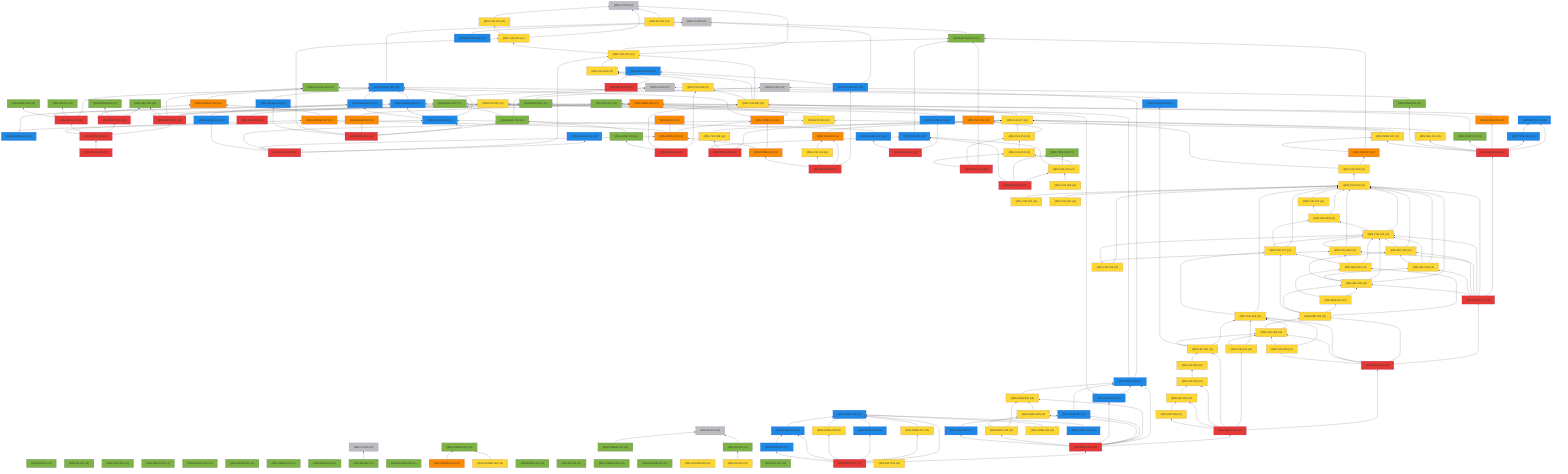
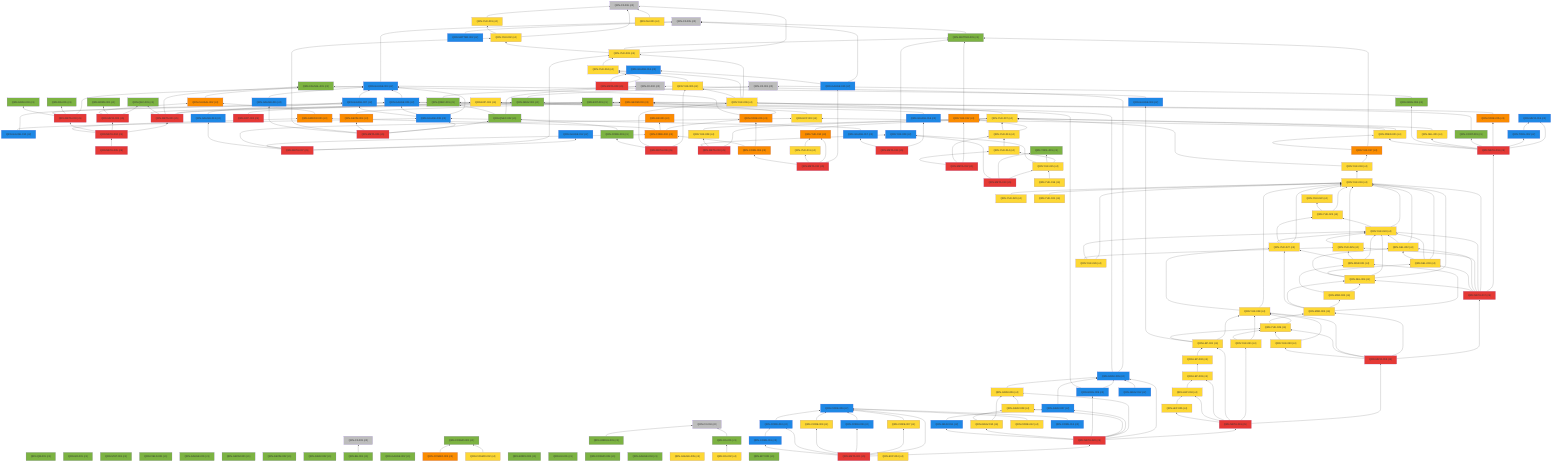
%% 自動生成 (dag/report.pl) — QRN 主張依存グラフ
graph BT
  QRN_C0_001["QRN-C0-001 (c0)"]:::c0
  QRN_C0_002["QRN-C0-002 (c0)"]:::c0
  QRN_C0_003["QRN-C0-003 (c0)"]:::c0
  QRN_C0_004["QRN-C0-004 (c0)"]:::c0
  QRN_C0_005["QRN-C0-005 (c0)"]:::c0
  QRN_C0_006["QRN-C0-006 (c0)"]:::c0
  QRN_QM_001["QRN-QM-001 (c1)"]:::c1
  QRN_GR_001["QRN-GR-001 (c1)"]:::c1
  QRN_STAT_001["QRN-STAT-001 (c1)"]:::c1
  QRN_FIELD_001["QRN-FIELD-001 (c1)"]:::c1
  QRN_GAUGE_001["QRN-GAUGE-001 (c1)"]:::c1
  QRN_ENT_001["QRN-ENT-001 (c1)"]:::c1
  QRN_GEOM_001["QRN-GEOM-001 (c1)"]:::c1
  QRN_GEOM_002["QRN-GEOM-002 (c1)"]:::c1
  QRN_GEOM_003["QRN-GEOM-003 (c3)"]:::c3
  QRN_GRAV_001["QRN-GRAV-001 (c1)"]:::c1
  QRN_GRAV_002["QRN-GRAV-002 (c1)"]:::c1
  QRN_BH_001["QRN-BH-001 (c1)"]:::c1
  QRN_CAUSAL_001["QRN-CAUSAL-001 (c1)"]:::c1
  QRN_CAUSAL_002["QRN-CAUSAL-002 (c3)"]:::c3
  QRN_ER_001["QRN-ER-001 (c3)"]:::c3
  QRN_QEC_001["QRN-QEC-001 (c1)"]:::c1
  QRN_GAUGE_002["QRN-GAUGE-002 (c1)"]:::c1
  QRN_COSMO_001["QRN-COSMO-001 (c1)"]:::c1
  QRN_COSMO_002["QRN-COSMO-002 (c4)"]:::c4
  QRN_COSMO_003["QRN-COSMO-003 (c3)"]:::c3
  QRN_BORN_001["QRN-BORN-001 (c1)"]:::c1
  QRN_BORN_002["QRN-BORN-002 (c1)"]:::c1
  QRN_GRAV_003["QRN-GRAV-003 (c1)"]:::c1
  QRN_KK_001["QRN-KK-001 (c1)"]:::c1
  QRN_MATTER_001["QRN-MATTER-001 (c1)"]:::c1
  QRN_MATTER_002["QRN-MATTER-002 (c2)"]:::c2
  QRN_COSMO_004["QRN-COSMO-004 (c1)"]:::c1
  QRN_EXP_001["QRN-EXP-001 (c4)"]:::c4
  QRN_GAUGE_003["QRN-GAUGE-003 (c2)"]:::c2
  QRN_GAUGE_004["QRN-GAUGE-004 (c1)"]:::c1
  QRN_GAUGE_005["QRN-GAUGE-005 (c4)"]:::c4
  QRN_YUK_001["QRN-YUK-001 (c4)"]:::c4
  QRN_RG_001["QRN-RG-001 (c1)"]:::c1
  QRN_UNRUH_001["QRN-UNRUH-001 (c1)"]:::c1
  QRN_QNEC_001["QRN-QNEC-001 (c1)"]:::c1
  QRN_NU_001["QRN-NU-001 (c4)"]:::c4
  QRN_GAUGE_006["QRN-GAUGE-006 (c2)"]:::c2
  QRN_DS_001["QRN-DS-001 (c1)"]:::c1
  QRN_DS_002["QRN-DS-002 (c4)"]:::c4
  QRN_ARROW_001["QRN-ARROW-001 (c3)"]:::c3
  QRN_GAUGE_007["QRN-GAUGE-007 (c2)"]:::c2
  QRN_EFT_001["QRN-EFT-001 (c1)"]:::c1
  QRN_GAUGE_008["QRN-GAUGE-008 (c2)"]:::c2
  QRN_GAUGE_009["QRN-GAUGE-009 (c2)"]:::c2
  QRN_GAUGE_010["QRN-GAUGE-010 (c2)"]:::c2
  QRN_QNEC_002["QRN-QNEC-002 (c1)"]:::c1
  QRN_GEOM_004["QRN-GEOM-004 (c3)"]:::c3
  QRN_YUK_002["QRN-YUK-002 (c4)"]:::c4
  QRN_EXP_002["QRN-EXP-002 (c5)"]:::c5
  QRN_CORE_001["QRN-CORE-001 (c3)"]:::c3
  QRN_GAUGE_011["QRN-GAUGE-011 (c2)"]:::c2
  QRN_GAUGE_012["QRN-GAUGE-012 (c2)"]:::c2
  QRN_YUK_003["QRN-YUK-003 (c4)"]:::c4
  QRN_EXP_003["QRN-EXP-003 (c4)"]:::c4
  QRN_CORE_002["QRN-CORE-002 (c3)"]:::c3
  QRN_GAUGE_013["QRN-GAUGE-013 (c2)"]:::c2
  QRN_YUK_004["QRN-YUK-004 (c4)"]:::c4
  QRN_GAUGE_014["QRN-GAUGE-014 (c2)"]:::c2
  QRN_META_001["QRN-META-001 (c5)"]:::c5
  QRN_META_002["QRN-META-002 (c5)"]:::c5
  QRN_META_003["QRN-META-003 (c5)"]:::c5
  QRN_META_004["QRN-META-004 (c5)"]:::c5
  QRN_META_005["QRN-META-005 (c5)"]:::c5
  QRN_META_006["QRN-META-006 (c5)"]:::c5
  QRN_META_007["QRN-META-007 (c5)"]:::c5
  QRN_META_008["QRN-META-008 (c5)"]:::c5
  QRN_YUK_005["QRN-YUK-005 (c4)"]:::c4
  QRN_YUK_006["QRN-YUK-006 (c4)"]:::c4
  QRN_CORE_003["QRN-CORE-003 (c1)"]:::c1
  QRN_META_009["QRN-META-009 (c5)"]:::c5
  QRN_YUK_007["QRN-YUK-007 (c4)"]:::c4
  QRN_YUK_008["QRN-YUK-008 (c4)"]:::c4
  QRN_YUK_009["QRN-YUK-009 (c2)"]:::c2
  QRN_META_010["QRN-META-010 (c5)"]:::c5
  QRN_GAUGE_015["QRN-GAUGE-015 (c2)"]:::c2
  QRN_YUK_010["QRN-YUK-010 (c3)"]:::c3
  QRN_YUK_011["QRN-YUK-011 (c4)"]:::c4
  QRN_CORE_004["QRN-CORE-004 (c3)"]:::c3
  QRN_META_011["QRN-META-011 (c5)"]:::c5
  QRN_YUK_012["QRN-YUK-012 (c3)"]:::c3
  QRN_YUK_013["QRN-YUK-013 (c4)"]:::c4
  QRN_YUK_014["QRN-YUK-014 (c4)"]:::c4
  QRN_META_012["QRN-META-012 (c5)"]:::c5
  QRN_TOOL_001["QRN-TOOL-001 (c1)"]:::c1
  QRN_YUK_015["QRN-YUK-015 (c4)"]:::c4
  QRN_META_013["QRN-META-013 (c5)"]:::c5
  QRN_GAUGE_016["QRN-GAUGE-016 (c2)"]:::c2
  QRN_GAUGE_017["QRN-GAUGE-017 (c2)"]:::c2
  QRN_META_014["QRN-META-014 (c5)"]:::c5
  QRN_META_015["QRN-META-015 (c2)"]:::c2
  QRN_TOOL_002["QRN-TOOL-002 (c2)"]:::c2
  QRN_CORE_005["QRN-CORE-005 (c3)"]:::c3
  QRN_CONT_001["QRN-CONT-001 (c1)"]:::c1
  QRN_SEL_001["QRN-SEL-001 (c4)"]:::c4
  QRN_GRAV_004["QRN-GRAV-004 (c1)"]:::c1
  QRN_PRED_001["QRN-PRED-001 (c4)"]:::c4
  QRN_META_016["QRN-META-016 (c5)"]:::c5
  QRN_YUK_016["QRN-YUK-016 (c4)"]:::c4
  QRN_YUK_017["QRN-YUK-017 (c3)"]:::c3
  QRN_YUK_018["QRN-YUK-018 (c4)"]:::c4
  QRN_YUK_019["QRN-YUK-019 (c4)"]:::c4
  QRN_YUK_020["QRN-YUK-020 (c4)"]:::c4
  QRN_YUK_021["QRN-YUK-021 (c4)"]:::c4
  QRN_YUK_022["QRN-YUK-022 (c4)"]:::c4
  QRN_YUK_023["QRN-YUK-023 (c4)"]:::c4
  QRN_YUK_024["QRN-YUK-024 (c4)"]:::c4
  QRN_YUK_025["QRN-YUK-025 (c4)"]:::c4
  QRN_SEL_002["QRN-SEL-002 (c4)"]:::c4
  QRN_SEL_003["QRN-SEL-003 (c4)"]:::c4
  QRN_SEL_004["QRN-SEL-004 (c4)"]:::c4
  QRN_META_017["QRN-META-017 (c5)"]:::c5
  QRN_YUK_026["QRN-YUK-026 (c4)"]:::c4
  QRN_YUK_027["QRN-YUK-027 (c4)"]:::c4
  QRN_MSR_001["QRN-MSR-001 (c4)"]:::c4
  QRN_MSR_002["QRN-MSR-002 (c4)"]:::c4
  QRN_MSR_003["QRN-MSR-003 (c4)"]:::c4
  QRN_YUK_028["QRN-YUK-028 (c4)"]:::c4
  QRN_YUK_029["QRN-YUK-029 (c4)"]:::c4
  QRN_YUK_030["QRN-YUK-030 (c4)"]:::c4
  QRN_META_018["QRN-META-018 (c5)"]:::c5
  QRN_YUK_031["QRN-YUK-031 (c4)"]:::c4
  QRN_LEP_001["QRN-LEP-001 (c4)"]:::c4
  QRN_LEP_002["QRN-LEP-002 (c4)"]:::c4
  QRN_LEP_003["QRN-LEP-003 (c4)"]:::c4
  QRN_LEP_004["QRN-LEP-004 (c4)"]:::c4
  QRN_LEP_005["QRN-LEP-005 (c4)"]:::c4
  QRN_META_019["QRN-META-019 (c5)"]:::c5
  QRN_GRAV_005["QRN-GRAV-005 (c2)"]:::c2
  QRN_GRAV_006["QRN-GRAV-006 (c4)"]:::c4
  QRN_GRAV_007["QRN-GRAV-007 (c2)"]:::c2
  QRN_GRAV_008["QRN-GRAV-008 (c4)"]:::c4
  QRN_GRAV_009["QRN-GRAV-009 (c2)"]:::c2
  QRN_GRAV_010["QRN-GRAV-010 (c4)"]:::c4
  QRN_GRAV_011["QRN-GRAV-011 (c2)"]:::c2
  QRN_META_020["QRN-META-020 (c5)"]:::c5
  QRN_CORE_006["QRN-CORE-006 (c2)"]:::c2
  QRN_CORE_007["QRN-CORE-007 (c4)"]:::c4
  QRN_CORE_008["QRN-CORE-008 (c2)"]:::c2
  QRN_CORE_009["QRN-CORE-009 (c4)"]:::c4
  QRN_CORE_010["QRN-CORE-010 (c2)"]:::c2
  QRN_CORE_011["QRN-CORE-011 (c2)"]:::c2
  QRN_META_021["QRN-META-021 (c5)"]:::c5
  QRN_CORE_012["QRN-CORE-012 (c4)"]:::c4
  QRN_EXP_004["QRN-EXP-004 (c4)"]:::c4
  QRN_CORE_013["QRN-CORE-013 (c2)"]:::c2
+   QRN_GRAV_012["QRN-GRAV-012 (c2)"]:::c2
  QRN_GRAV_001 --> QRN_C0_001
  QRN_BH_001 --> QRN_C0_003
  QRN_CAUSAL_002 --> QRN_CAUSAL_001
  QRN_COSMO_002 --> QRN_COSMO_001
  QRN_COSMO_003 --> QRN_COSMO_001
  QRN_MATTER_001 --> QRN_C0_005
  QRN_MATTER_002 --> QRN_C0_005
  QRN_GAUGE_003 --> QRN_C0_005
  QRN_YUK_001 --> QRN_C0_006
  QRN_UNRUH_001 --> QRN_C0_004
  QRN_QNEC_001 --> QRN_C0_002
  QRN_NU_001 --> QRN_C0_006
  QRN_GAUGE_006 --> QRN_GAUGE_003
  QRN_DS_001 --> QRN_C0_004
  QRN_DS_002 --> QRN_DS_001
  QRN_ARROW_001 --> QRN_CAUSAL_002
  QRN_GAUGE_007 --> QRN_GAUGE_003
  QRN_GAUGE_008 --> QRN_GAUGE_003
  QRN_GAUGE_008 --> QRN_GAUGE_006
  QRN_GAUGE_008 --> QRN_GAUGE_007
  QRN_GAUGE_009 --> QRN_GAUGE_003
  QRN_GAUGE_010 --> QRN_GAUGE_006
  QRN_GAUGE_010 --> QRN_GAUGE_008
  QRN_QNEC_002 --> QRN_C0_002
  QRN_QNEC_002 --> QRN_QNEC_001
  QRN_GEOM_004 --> QRN_GEOM_003
  QRN_YUK_002 --> QRN_C0_006
  QRN_YUK_002 --> QRN_YUK_001
  QRN_EXP_002 --> QRN_EXP_001
  QRN_CORE_001 --> QRN_GEOM_003
  QRN_CORE_001 --> QRN_CAUSAL_001
  QRN_GAUGE_011 --> QRN_GAUGE_003
  QRN_YUK_003 --> QRN_C0_006
  QRN_YUK_003 --> QRN_MATTER_001
  QRN_YUK_003 --> QRN_YUK_002
  QRN_EXP_003 --> QRN_EXP_001
  QRN_CORE_002 --> QRN_CORE_001
  QRN_CORE_002 --> QRN_ER_001
  QRN_CORE_002 --> QRN_ARROW_001
  QRN_GAUGE_013 --> QRN_GAUGE_007
  QRN_YUK_004 --> QRN_YUK_003
  QRN_META_001 --> QRN_GEOM_003
  QRN_META_001 --> QRN_GRAV_001
  QRN_META_001 --> QRN_CAUSAL_001
  QRN_META_001 --> QRN_QEC_001
  QRN_META_001 --> QRN_ENT_001
  QRN_META_002 --> QRN_QEC_001
  QRN_META_002 --> QRN_BORN_001
  QRN_META_002 --> QRN_CAUSAL_002
  QRN_META_003 --> QRN_GAUGE_003
  QRN_META_003 --> QRN_RG_001
  QRN_META_003 --> QRN_QNEC_001
  QRN_META_003 --> QRN_GRAV_003
  QRN_META_004 --> QRN_META_001
  QRN_META_004 --> QRN_META_002
  QRN_META_004 --> QRN_META_003
  QRN_META_004 --> QRN_ARROW_001
  QRN_META_005 --> QRN_META_004
  QRN_META_006 --> QRN_GAUGE_008
  QRN_META_006 --> QRN_QNEC_002
  QRN_META_006 --> QRN_GEOM_004
  QRN_META_006 --> QRN_YUK_002
  QRN_META_006 --> QRN_GAUGE_011
  QRN_META_007 --> QRN_GAUGE_012
  QRN_META_007 --> QRN_YUK_003
  QRN_META_007 --> QRN_EXP_003
  QRN_META_007 --> QRN_CORE_002
  QRN_META_007 --> QRN_GAUGE_013
  QRN_META_008 --> QRN_YUK_004
  QRN_META_008 --> QRN_GAUGE_014
  QRN_YUK_005 --> QRN_YUK_004
  QRN_YUK_006 --> QRN_YUK_003
  QRN_YUK_006 --> QRN_YUK_004
  QRN_YUK_006 --> QRN_YUK_005
  QRN_CORE_003 --> QRN_QNEC_002
  QRN_META_009 --> QRN_YUK_005
  QRN_META_009 --> QRN_YUK_006
  QRN_META_009 --> QRN_CORE_003
  QRN_YUK_007 --> QRN_YUK_006
  QRN_YUK_008 --> QRN_YUK_007
  QRN_YUK_009 --> QRN_MATTER_001
  QRN_META_010 --> QRN_YUK_007
  QRN_META_010 --> QRN_YUK_008
  QRN_META_010 --> QRN_YUK_009
  QRN_GAUGE_015 --> QRN_C0_005
  QRN_GAUGE_015 --> QRN_GAUGE_014
  QRN_YUK_010 --> QRN_YUK_007
  QRN_YUK_011 --> QRN_YUK_010
  QRN_CORE_004 --> QRN_CORE_001
  QRN_CORE_004 --> QRN_CORE_002
  QRN_META_011 --> QRN_GAUGE_015
  QRN_META_011 --> QRN_YUK_010
  QRN_META_011 --> QRN_YUK_011
  QRN_META_011 --> QRN_CORE_004
  QRN_YUK_012 --> QRN_MATTER_001
  QRN_YUK_013 --> QRN_YUK_012
  QRN_YUK_013 --> QRN_YUK_007
  QRN_YUK_014 --> QRN_YUK_013
  QRN_META_012 --> QRN_YUK_012
  QRN_META_012 --> QRN_YUK_013
  QRN_META_012 --> QRN_YUK_014
  QRN_YUK_015 --> QRN_YUK_014
  QRN_YUK_015 --> QRN_TOOL_001
  QRN_YUK_015 --> QRN_YUK_009
  QRN_META_013 --> QRN_YUK_015
  QRN_META_013 --> QRN_TOOL_001
  QRN_META_013 --> QRN_YUK_009
  QRN_GAUGE_016 --> QRN_GAUGE_006
  QRN_GAUGE_017 --> QRN_GAUGE_008
  QRN_META_014 --> QRN_GAUGE_016
  QRN_META_014 --> QRN_GAUGE_017
  QRN_TOOL_002 --> QRN_META_015
  QRN_CORE_005 --> QRN_GEOM_003
  QRN_CONT_001 --> QRN_ENT_001
  QRN_SEL_001 --> QRN_YUK_007
  QRN_GRAV_004 --> QRN_C0_001
  QRN_PRED_001 --> QRN_YUK_007
  QRN_PRED_001 --> QRN_EXP_003
  QRN_META_016 --> QRN_META_015
  QRN_META_016 --> QRN_TOOL_002
  QRN_META_016 --> QRN_CORE_005
  QRN_META_016 --> QRN_CONT_001
  QRN_META_016 --> QRN_SEL_001
  QRN_META_016 --> QRN_GRAV_004
  QRN_META_016 --> QRN_PRED_001
  QRN_YUK_016 --> QRN_YUK_015
  QRN_YUK_017 --> QRN_MATTER_001
  QRN_YUK_017 --> QRN_PRED_001
  QRN_YUK_018 --> QRN_YUK_017
  QRN_YUK_018 --> QRN_YUK_007
  QRN_YUK_019 --> QRN_YUK_018
  QRN_YUK_020 --> QRN_YUK_019
  QRN_YUK_021 --> QRN_YUK_019
  QRN_YUK_022 --> QRN_YUK_019
  QRN_YUK_023 --> QRN_YUK_019
  QRN_YUK_023 --> QRN_YUK_022
  QRN_YUK_024 --> QRN_YUK_019
  QRN_YUK_024 --> QRN_YUK_023
  QRN_YUK_025 --> QRN_YUK_019
  QRN_YUK_025 --> QRN_YUK_024
  QRN_SEL_002 --> QRN_YUK_019
  QRN_SEL_002 --> QRN_YUK_024
  QRN_SEL_003 --> QRN_YUK_019
  QRN_SEL_003 --> QRN_YUK_024
  QRN_SEL_003 --> QRN_SEL_002
  QRN_SEL_004 --> QRN_YUK_019
  QRN_SEL_004 --> QRN_YUK_024
  QRN_SEL_004 --> QRN_SEL_002
  QRN_SEL_004 --> QRN_SEL_003
  QRN_META_017 --> QRN_META_016
  QRN_META_017 --> QRN_YUK_019
  QRN_META_017 --> QRN_YUK_024
  QRN_META_017 --> QRN_YUK_025
  QRN_META_017 --> QRN_SEL_002
  QRN_META_017 --> QRN_SEL_003
  QRN_META_017 --> QRN_SEL_004
  QRN_YUK_026 --> QRN_YUK_019
  QRN_YUK_026 --> QRN_YUK_024
  QRN_YUK_026 --> QRN_YUK_025
  QRN_YUK_027 --> QRN_YUK_019
  QRN_YUK_027 --> QRN_YUK_023
  QRN_YUK_027 --> QRN_YUK_024
  QRN_MSR_001 --> QRN_YUK_024
  QRN_MSR_001 --> QRN_YUK_025
  QRN_MSR_001 --> QRN_YUK_027
  QRN_MSR_002 --> QRN_SEL_004
  QRN_MSR_002 --> QRN_MSR_001
  QRN_MSR_003 --> QRN_MSR_001
  QRN_MSR_003 --> QRN_MSR_002
  QRN_MSR_003 --> QRN_SEL_004
  QRN_MSR_003 --> QRN_YUK_027
  QRN_YUK_028 --> QRN_YUK_019
  QRN_YUK_028 --> QRN_YUK_027
  QRN_YUK_029 --> QRN_YUK_028
  QRN_YUK_029 --> QRN_MSR_003
  QRN_YUK_030 --> QRN_YUK_028
  QRN_YUK_030 --> QRN_YUK_029
  QRN_META_018 --> QRN_META_017
  QRN_META_018 --> QRN_MSR_003
  QRN_META_018 --> QRN_YUK_028
  QRN_META_018 --> QRN_YUK_029
  QRN_META_018 --> QRN_YUK_030
  QRN_YUK_031 --> QRN_YUK_028
  QRN_YUK_031 --> QRN_YUK_029
  QRN_LEP_001 --> QRN_YUK_028
  QRN_LEP_001 --> QRN_YUK_029
  QRN_LEP_001 --> QRN_GAUGE_009
  QRN_LEP_002 --> QRN_LEP_001
  QRN_LEP_003 --> QRN_LEP_002
  QRN_LEP_004 --> QRN_LEP_003
  QRN_LEP_005 --> QRN_LEP_004
  QRN_META_019 --> QRN_META_018
  QRN_META_019 --> QRN_YUK_031
  QRN_META_019 --> QRN_LEP_001
  QRN_META_019 --> QRN_LEP_003
  QRN_META_019 --> QRN_LEP_004
  QRN_META_019 --> QRN_LEP_005
  QRN_GRAV_005 --> QRN_C0_002
  QRN_GRAV_005 --> QRN_GRAV_001
  QRN_GRAV_006 --> QRN_GRAV_005
  QRN_GRAV_007 --> QRN_GRAV_005
  QRN_GRAV_008 --> QRN_GRAV_006
  QRN_GRAV_009 --> QRN_GRAV_005
  QRN_GRAV_009 --> QRN_QNEC_001
  QRN_GRAV_010 --> QRN_GRAV_006
  QRN_GRAV_010 --> QRN_GRAV_008
  QRN_GRAV_011 --> QRN_GRAV_007
  QRN_META_020 --> QRN_META_019
  QRN_META_020 --> QRN_GRAV_005
  QRN_META_020 --> QRN_GRAV_006
  QRN_META_020 --> QRN_GRAV_007
  QRN_META_020 --> QRN_GRAV_008
  QRN_META_020 --> QRN_GRAV_009
  QRN_META_020 --> QRN_GRAV_010
  QRN_META_020 --> QRN_GRAV_011
  QRN_CORE_007 --> QRN_CORE_006
  QRN_CORE_008 --> QRN_CORE_006
  QRN_CORE_009 --> QRN_CORE_006
  QRN_CORE_010 --> QRN_CORE_006
  QRN_CORE_011 --> QRN_CORE_010
  QRN_META_021 --> QRN_META_020
  QRN_META_021 --> QRN_CORE_006
  QRN_META_021 --> QRN_CORE_007
  QRN_META_021 --> QRN_CORE_008
  QRN_META_021 --> QRN_CORE_009
  QRN_META_021 --> QRN_CORE_010
  QRN_META_021 --> QRN_CORE_011
  QRN_CORE_012 --> QRN_CORE_006
  QRN_CORE_013 --> QRN_CORE_006
+   QRN_GRAV_012 --> QRN_GRAV_005
  classDef c0 fill:#bdbdbd
  classDef c1 fill:#7cb342
  classDef c2 fill:#1e88e5
  classDef c3 fill:#fb8c00
  classDef c4 fill:#fdd835
  classDef c5 fill:#e53935
